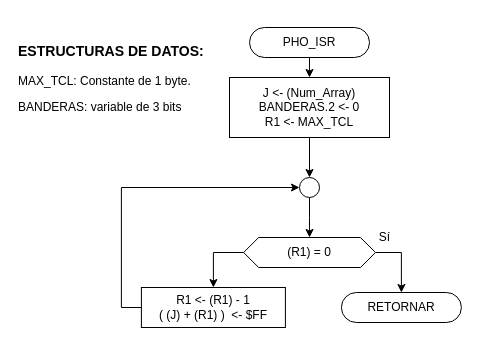
moisotico/Microprocesadores keeps this draw.io diagram as Tareas/T4/Diagramas/PHO_ISR.drawio. Above is the earlier version. Source tidied: cells renumbered, new cells numbered last; positions are measured from the earlier drawing's top-left corner, leaving out a move shared by most shapes. Both pictures are drawn from the tidied source at 100%, with x=0, y=0 at pixel (16, 17).
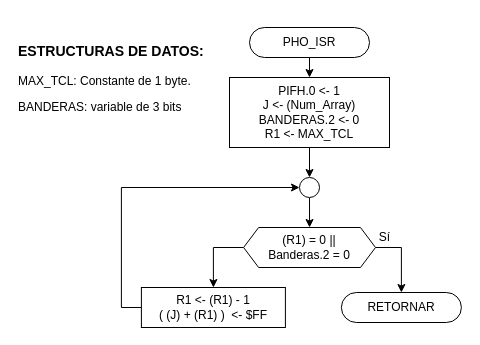
The same page after the edit.

Change to the diagram source:
```diff
@@
 <mxGraphModel>
   <root>
     <mxCell id="0" />
     <mxCell id="1" parent="0" />
     <mxCell id="2" style="edgeStyle=orthogonalEdgeStyle;rounded=0;jettySize=auto;html=1;exitX=0.5;exitY=1;exitDx=0;exitDy=0;entryX=0.5;entryY=0;entryDx=0;entryDy=0;" parent="1" edge="1" source="3" target="9">
       <mxGeometry relative="1" as="geometry" />
     </mxCell>
     <mxCell id="3" value="PHO_ISR" style="rounded=1;whiteSpace=wrap;html=1;fontSize=12;glass=0;strokeWidth=1;shadow=0;arcSize=50;" parent="1" vertex="1">
       <mxGeometry x="233" y="10" width="120" height="30" as="geometry" />
     </mxCell>
     <mxCell id="4" style="edgeStyle=orthogonalEdgeStyle;rounded=0;jettySize=auto;html=1;exitX=1;exitY=0.5;exitDx=0;exitDy=0;entryX=0.5;entryY=0;entryDx=0;entryDy=0;" parent="1" edge="1" source="6" target="7">
       <mxGeometry relative="1" as="geometry" />
     </mxCell>
     <mxCell id="5" style="edgeStyle=orthogonalEdgeStyle;rounded=0;jettySize=auto;html=1;exitX=0;exitY=0.5;exitDx=0;exitDy=0;entryX=0.5;entryY=0;entryDx=0;entryDy=0;" parent="1" edge="1" source="6" target="11">
       <mxGeometry relative="1" as="geometry" />
     </mxCell>
-    <mxCell id="6" value="(R1) = 0" style="shape=hexagon;perimeter=hexagonPerimeter2;whiteSpace=wrap;html=1;size=0.11394117647058827;" parent="1" vertex="1">
-      <mxGeometry x="227.1" y="220" width="131.9" height="30" as="geometry" />
+    <mxCell id="6" value="(R1) = 0 || &lt;br&gt;Banderas.2 = 0" style="shape=hexagon;perimeter=hexagonPerimeter2;whiteSpace=wrap;html=1;size=0.11394117647058827;" parent="1" vertex="1">
+      <mxGeometry x="227.1" y="210" width="131.9" height="40" as="geometry" />
     </mxCell>
     <mxCell id="7" value="RETORNAR" style="rounded=1;whiteSpace=wrap;html=1;fontSize=12;glass=0;strokeWidth=1;shadow=0;arcSize=50;" parent="1" vertex="1">
       <mxGeometry x="324.9" y="275" width="120" height="30" as="geometry" />
     </mxCell>
     <mxCell id="8" style="edgeStyle=orthogonalEdgeStyle;rounded=0;jettySize=auto;html=1;exitX=0.5;exitY=1;exitDx=0;exitDy=0;entryX=0.5;entryY=0;entryDx=0;entryDy=0;" parent="1" edge="1" source="9" target="13">
       <mxGeometry relative="1" as="geometry" />
     </mxCell>
-    <mxCell id="9" value="J &amp;lt;- (Num_Array)&lt;br&gt;BANDERAS.2 &amp;lt;- 0&lt;br&gt;&lt;span&gt;R1 &amp;lt;- MAX_TCL&lt;br&gt;&lt;/span&gt;" style="rounded=0;whiteSpace=wrap;html=1;" parent="1" vertex="1">
-      <mxGeometry x="213" y="60" width="160" height="60" as="geometry" />
+    <mxCell id="9" value="PIFH.0 &amp;lt;- 1&lt;br&gt;J &amp;lt;- (Num_Array)&lt;br&gt;BANDERAS.2 &amp;lt;- 0&lt;br&gt;&lt;span&gt;R1 &amp;lt;- MAX_TCL&lt;br&gt;&lt;/span&gt;" style="rounded=0;whiteSpace=wrap;html=1;" parent="1" vertex="1">
+      <mxGeometry x="213" y="60" width="160" height="70" as="geometry" />
     </mxCell>
     <mxCell id="10" style="edgeStyle=orthogonalEdgeStyle;rounded=0;jettySize=auto;html=1;exitX=0;exitY=0.5;exitDx=0;exitDy=0;entryX=0;entryY=0.5;entryDx=0;entryDy=0;" parent="1" edge="1" source="11" target="13">
       <mxGeometry relative="1" as="geometry" />
     </mxCell>
     <mxCell id="11" value="R1 &amp;lt;- (R1) - 1&lt;br&gt;( (J) + (R1) )&amp;nbsp; &amp;lt;- $FF&lt;span&gt;&lt;br&gt;&lt;/span&gt;" style="rounded=0;whiteSpace=wrap;html=1;" parent="1" vertex="1">
       <mxGeometry x="124.9" y="270" width="144" height="40" as="geometry" />
     </mxCell>
     <mxCell id="12" style="edgeStyle=orthogonalEdgeStyle;rounded=0;jettySize=auto;html=1;exitX=0.5;exitY=1;exitDx=0;exitDy=0;entryX=0.5;entryY=0;entryDx=0;entryDy=0;" parent="1" edge="1" source="13" target="6">
       <mxGeometry relative="1" as="geometry" />
     </mxCell>
     <mxCell id="13" style="ellipse;whiteSpace=wrap;html=1;" parent="1" vertex="1">
       <mxGeometry x="283" y="160" width="20" height="20" as="geometry" />
     </mxCell>
     <mxCell id="14" value="Sí" style="text;html=1;align=center;verticalAlign=middle;" parent="1" vertex="1">
       <mxGeometry x="353" y="210" width="30" height="20" as="geometry" />
     </mxCell>
     <mxCell id="15" value="&lt;h3 style=&quot;text-align: center&quot;&gt;ESTRUCTURAS DE DATOS:&lt;/h3&gt;&lt;p&gt;MAX_TCL: Constante de 1 byte.&lt;/p&gt;&lt;p&gt;BANDERAS: variable de 3 bits&lt;/p&gt;&lt;p&gt;&lt;/p&gt;" style="text;html=1;strokeColor=none;fillColor=none;align=left;verticalAlign=middle;whiteSpace=wrap;rounded=0;" parent="1" vertex="1">
       <mxGeometry x="0.3" width="204.7" height="120" as="geometry" />
     </mxCell>
   </root>
 </mxGraphModel>
```
